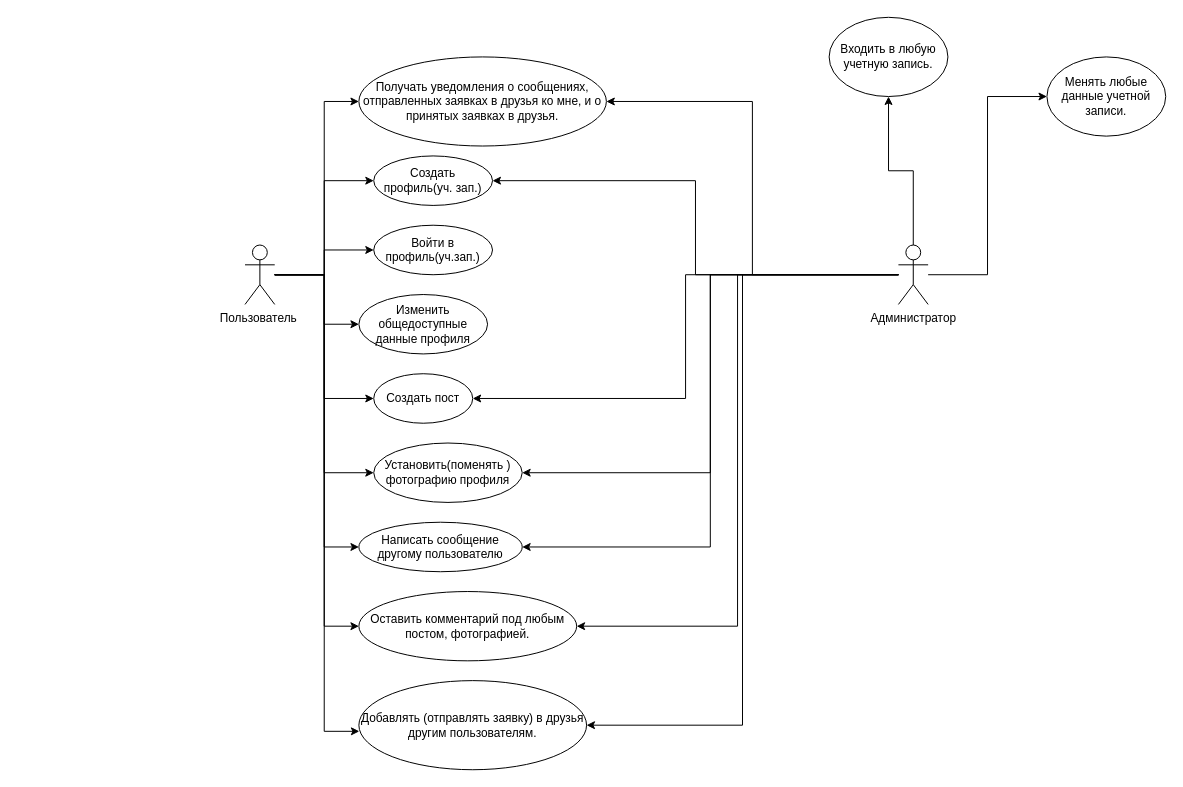
Earlier version of the draw.io diagram Роли пользователей.drawio (KrollikRoddzer/Ozi_Back-end). Source tidied: cells renumbered, new cells numbered last; positions are measured from the earlier drawing's top-left corner, leaving out a move shared by most shapes. Both pictures are drawn from the tidied source at 99%, with x=0, y=0 at pixel (245, 17).
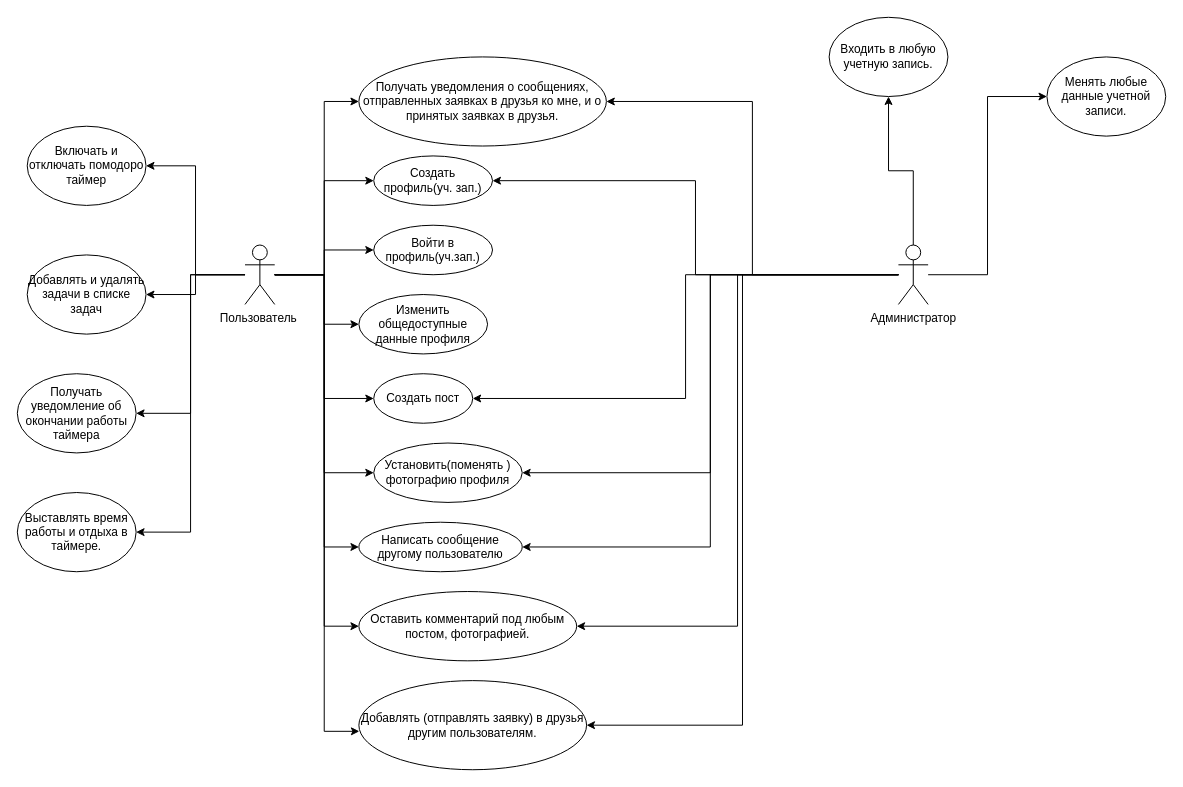
Above is the later version.

The change refers to these unchanged cells:
```xml
<mxCell id="11" value="Пользователь&amp;nbsp;" style="shape=umlActor;verticalLabelPosition=bottom;verticalAlign=top;html=1;outlineConnect=0;" parent="1" vertex="1">
  <mxGeometry y="230" width="30" height="60" as="geometry" />
</mxCell>
```

Diff of the diagram source:
```diff
@@
+    <mxCell id="33" style="edgeStyle=orthogonalEdgeStyle;rounded=0;jettySize=auto;html=1;entryX=1;entryY=0.5;entryDx=0;entryDy=0;" parent="1" edge="1" source="11" target="37">
+      <mxGeometry relative="1" as="geometry" />
+    </mxCell>
+    <mxCell id="34" style="edgeStyle=orthogonalEdgeStyle;rounded=0;jettySize=auto;html=1;entryX=1;entryY=0.5;entryDx=0;entryDy=0;" parent="1" edge="1" source="11" target="38">
+      <mxGeometry relative="1" as="geometry" />
+    </mxCell>
+    <mxCell id="35" style="edgeStyle=orthogonalEdgeStyle;rounded=0;jettySize=auto;html=1;entryX=1;entryY=0.5;entryDx=0;entryDy=0;" parent="1" edge="1" source="11" target="39">
+      <mxGeometry relative="1" as="geometry" />
+    </mxCell>
+    <mxCell id="36" style="edgeStyle=orthogonalEdgeStyle;rounded=0;jettySize=auto;html=1;entryX=1;entryY=0.5;entryDx=0;entryDy=0;" parent="1" edge="1" source="11" target="40">
+      <mxGeometry relative="1" as="geometry" />
+    </mxCell>
@@
+    <mxCell id="37" value="Включать&amp;nbsp;и отключать помодоро таймер" style="ellipse;whiteSpace=wrap;html=1;" parent="1" vertex="1">
+      <mxGeometry x="-220" y="110" width="120" height="80" as="geometry" />
+    </mxCell>
+    <mxCell id="38" value="Добавлять и удалять задачи в списке задач" style="ellipse;whiteSpace=wrap;html=1;" parent="1" vertex="1">
+      <mxGeometry x="-220" y="240" width="120" height="80" as="geometry" />
+    </mxCell>
+    <mxCell id="39" value="Получать уведомление об окончании работы таймера&lt;br&gt;" style="ellipse;whiteSpace=wrap;html=1;" parent="1" vertex="1">
+      <mxGeometry x="-230" y="360" width="120" height="80" as="geometry" />
+    </mxCell>
+    <mxCell id="40" value="Выставлять время работы и отдыха в таймере." style="ellipse;whiteSpace=wrap;html=1;" parent="1" vertex="1">
+      <mxGeometry x="-230" y="480" width="120" height="80" as="geometry" />
+    </mxCell>
```
